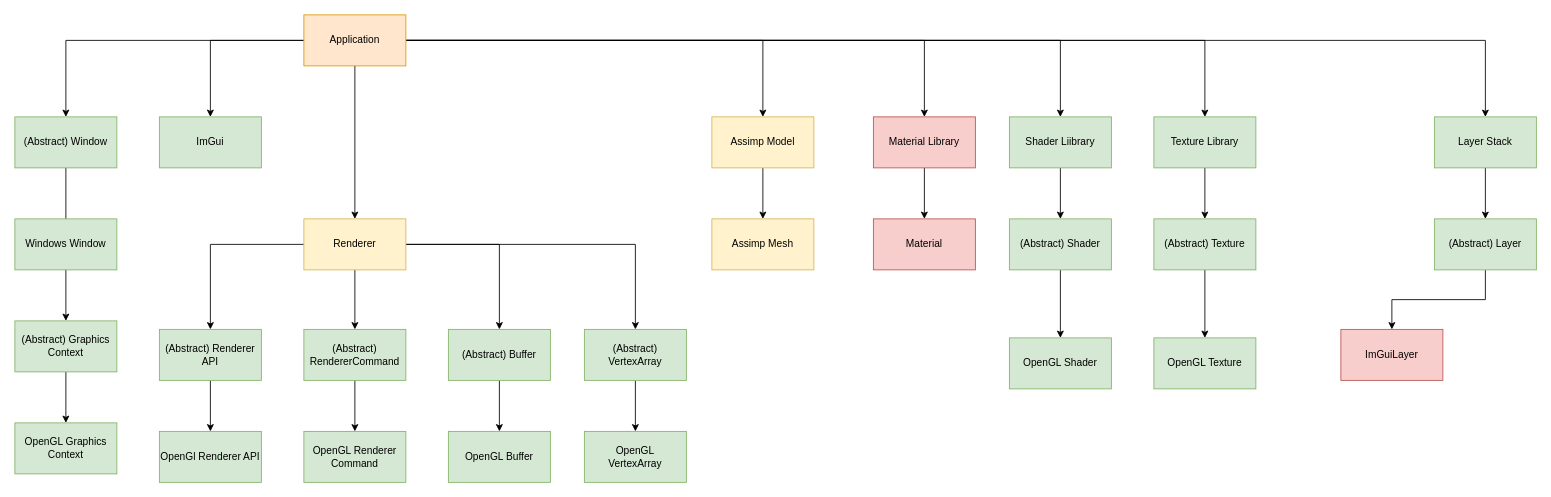
Before: Untitled Diagram.drawio in I-Hudson/Engine-Framework, a draw.io diagram. Source tidied: cells renumbered, new cells numbered last; positions are measured from the earlier drawing's top-left corner, leaving out a move shared by most shapes. Both pictures are drawn from the tidied source at 85%, with x=0, y=0 at pixel (14, 14).
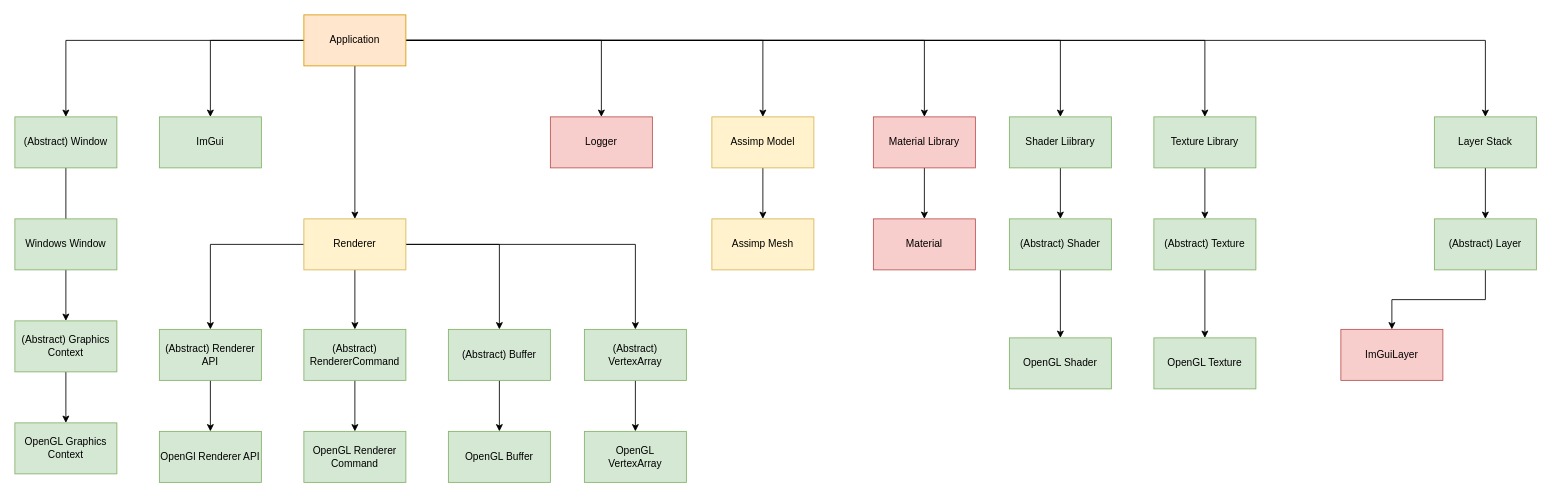
The same page after the edit.

Unchanged cells that the change refers to:
```xml
<mxCell id="10" value="Application" style="rounded=0;whiteSpace=wrap;html=1;fillColor=#ffe6cc;strokeColor=#d79b00;" parent="1" vertex="1">
  <mxGeometry x="340" width="120" height="60" as="geometry" />
</mxCell>
```

Change to the diagram source:
```diff
@@
+    <mxCell id="56" style="edgeStyle=orthogonalEdgeStyle;rounded=0;jettySize=auto;html=1;entryX=0.5;entryY=0;entryDx=0;entryDy=0;" parent="1" edge="1" source="10" target="57">
+      <mxGeometry relative="1" as="geometry" />
+    </mxCell>
@@
+    <mxCell id="57" value="Logger" style="rounded=0;whiteSpace=wrap;html=1;fillColor=#f8cecc;strokeColor=#b85450;" parent="1" vertex="1">
+      <mxGeometry x="630" y="120" width="120" height="60" as="geometry" />
+    </mxCell>
```
